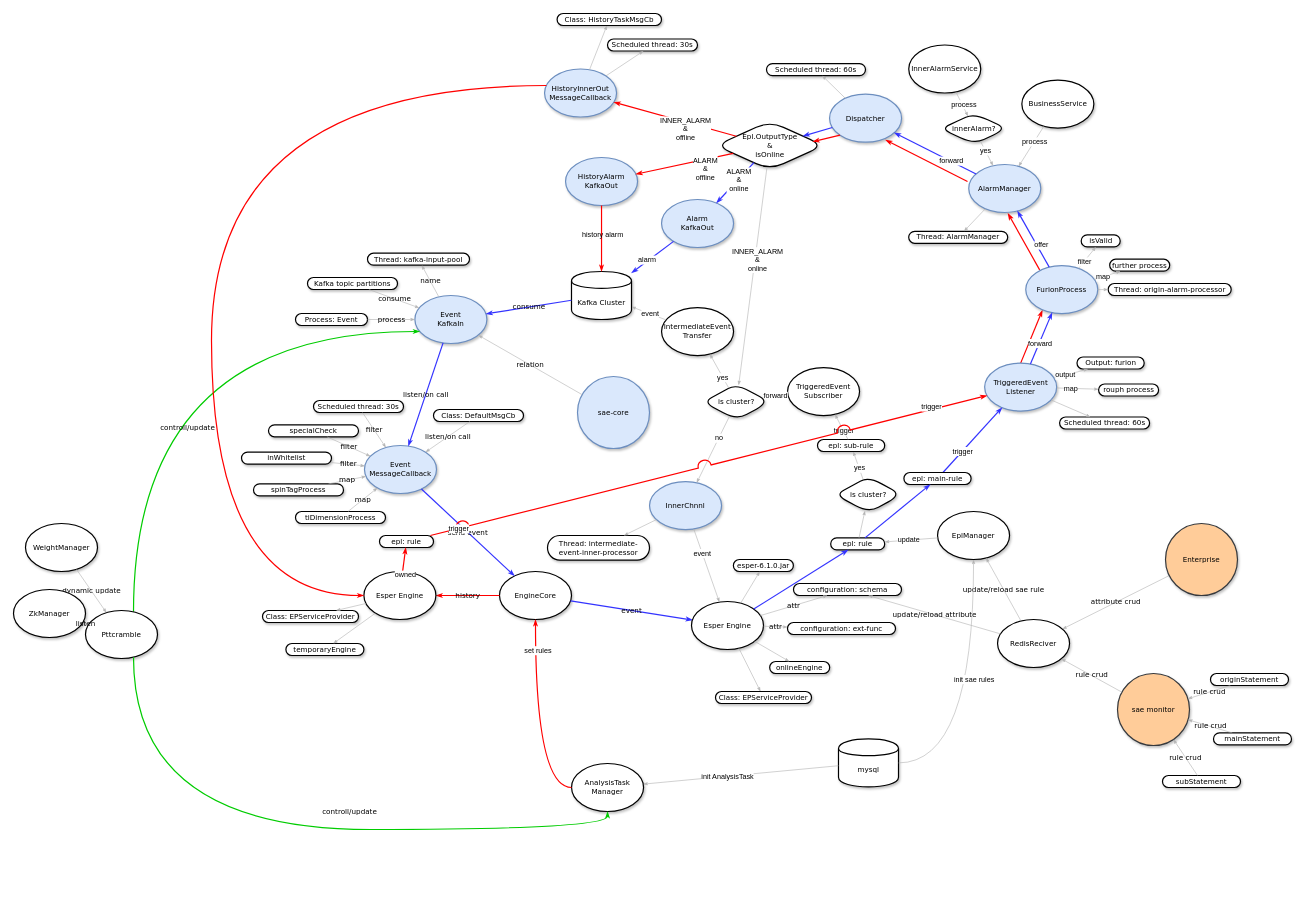
This is hansight-sae-core-concept.drawio from popvlovs/popvlovs-repository, a draw.io file, before an edit. Source tidied: cells renumbered, new cells numbered last; positions are measured from the earlier drawing's top-left corner, leaving out a move shared by most shapes. Both pictures are drawn from the tidied source at 60%, with x=0, y=0 at pixel (13, 13).
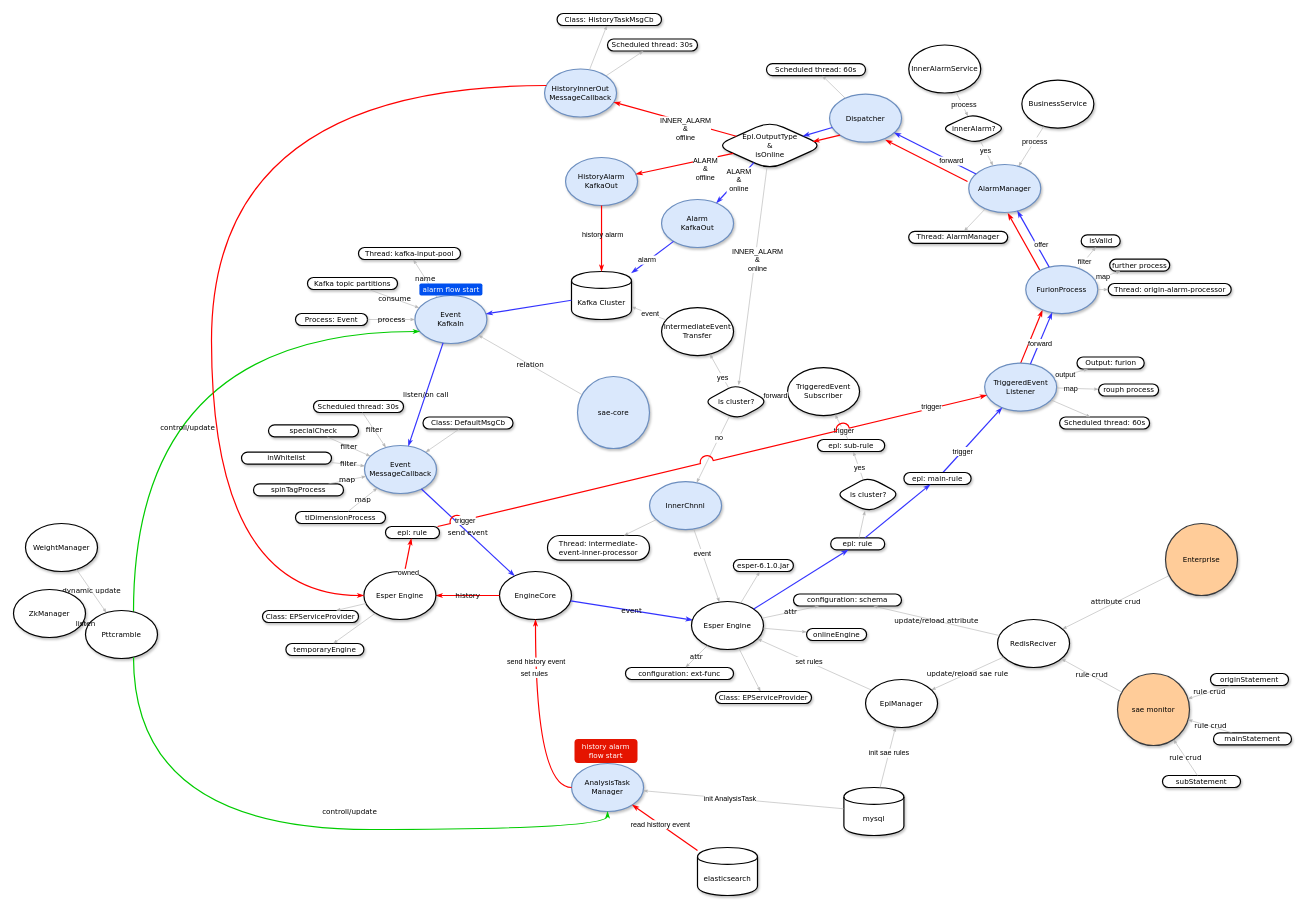
Above is the later version.

The change refers to these unchanged cells:
```xml
<mxCell id="3" value="Event&lt;br&gt;KafkaIn" style="ellipse;whiteSpace=wrap;html=1;rounded=1;shadow=1;comic=0;labelBackgroundColor=none;strokeColor=#6c8ebf;strokeWidth=2;fillColor=#dae8fc;fontFamily=Verdana;fontSize=12;align=center;" parent="1" vertex="1">
  <mxGeometry x="669" y="470" width="120" height="80" as="geometry" />
</mxCell>
<mxCell id="11" value="Event&lt;br&gt;MessageCallback" style="ellipse;whiteSpace=wrap;html=1;rounded=1;shadow=1;comic=0;labelBackgroundColor=none;strokeColor=#6c8ebf;strokeWidth=2;fillColor=#dae8fc;fontFamily=Verdana;fontSize=12;align=center;" parent="1" vertex="1">
  <mxGeometry x="585" y="720" width="120" height="80" as="geometry" />
</mxCell>
<mxCell id="15" value="Kafka Cluster" style="shape=cylinder;whiteSpace=wrap;html=1;boundedLbl=1;backgroundOutline=1;rounded=1;shadow=1;fontFamily=Verdana;strokeWidth=2;fillColor=#FFFFFF;labelBackgroundColor=none;" parent="1" vertex="1">
  <mxGeometry x="930" y="430" width="100" height="80" as="geometry" />
</mxCell>
<mxCell id="37" value="Esper Engine" style="ellipse;whiteSpace=wrap;html=1;rounded=1;shadow=1;comic=0;labelBackgroundColor=none;strokeColor=#000000;strokeWidth=2;fillColor=#FFFFFF;fontFamily=Verdana;fontSize=12;fontColor=#000000;align=center;" parent="1" vertex="1">
  <mxGeometry x="1130" y="980" width="120" height="80" as="geometry" />
</mxCell>
<mxCell id="55" value="&lt;span&gt;epl: rule&lt;/span&gt;" style="whiteSpace=wrap;html=1;rounded=1;shadow=1;comic=0;labelBackgroundColor=none;strokeColor=#000000;strokeWidth=2;fillColor=#FFFFFF;fontFamily=Verdana;fontSize=12;fontColor=#000000;align=center;arcSize=50;" parent="1" vertex="1">
  <mxGeometry x="1362" y="874" width="90" height="20" as="geometry" />
</mxCell>
<mxCell id="167" style="edgeStyle=orthogonalEdgeStyle;rounded=1;html=1;labelBackgroundColor=none;startArrow=none;startFill=0;startSize=5;endArrow=classicThin;endFill=1;endSize=5;jettySize=auto;strokeColor=#FF0000;strokeWidth=2;fontFamily=Verdana;fontSize=12;fontColor=#000000;jumpStyle=arc;jumpSize=20;curved=1;" parent="1" edge="1" source="19" target="25">
  <mxGeometry relative="1" as="geometry" />
</mxCell>
```

Diff of the diagram source:
```diff
@@
     <mxCell id="5" value="&lt;span&gt;Thread: kafka-input-pool&lt;/span&gt;" style="whiteSpace=wrap;html=1;rounded=1;shadow=1;comic=0;labelBackgroundColor=none;strokeColor=#000000;strokeWidth=2;fillColor=#FFFFFF;fontFamily=Verdana;fontSize=12;fontColor=#000000;align=center;arcSize=50;" parent="1" vertex="1">
-      <mxGeometry x="590" y="399.5" width="170" height="20" as="geometry" />
+      <mxGeometry x="575" y="390" width="170" height="20" as="geometry" />
     </mxCell>
@@
-    <mxCell id="19" value="AnalysisTask&lt;br&gt;Manager" style="ellipse;whiteSpace=wrap;html=1;rounded=1;shadow=1;comic=0;labelBackgroundColor=none;strokeColor=#000000;strokeWidth=2;fillColor=#FFFFFF;fontFamily=Verdana;fontSize=12;fontColor=#000000;align=center;" parent="1" vertex="1">
+    <mxCell id="19" value="AnalysisTask&lt;br&gt;Manager" style="ellipse;whiteSpace=wrap;html=1;rounded=1;shadow=1;comic=0;labelBackgroundColor=none;strokeColor=#6c8ebf;strokeWidth=2;fillColor=#dae8fc;fontFamily=Verdana;fontSize=12;align=center;" parent="1" vertex="1">
       <mxGeometry x="930.1" y="1250" width="120" height="80" as="geometry" />
     </mxCell>
-    <mxCell id="20" value="consume" style="edgeStyle=none;rounded=1;html=1;labelBackgroundColor=none;startArrow=none;startFill=0;startSize=5;endArrow=classicThin;endFill=1;endSize=5;jettySize=auto;strokeColor=#3333FF;strokeWidth=2;fontFamily=Verdana;fontSize=12;fontColor=#000000;" parent="1" edge="1" source="15" target="3">
+    <mxCell id="20" style="edgeStyle=none;rounded=1;html=1;labelBackgroundColor=none;startArrow=none;startFill=0;startSize=5;endArrow=classicThin;endFill=1;endSize=5;jettySize=auto;strokeColor=#3333FF;strokeWidth=2;fontFamily=Verdana;fontSize=12;fontColor=#000000;" parent="1" edge="1" source="15" target="3">
       <mxGeometry relative="1" as="geometry" />
     </mxCell>
@@
     <mxCell id="23" value="Class:&amp;nbsp;&lt;span&gt;DefaultMsgCb&lt;/span&gt;" style="whiteSpace=wrap;html=1;rounded=1;shadow=1;comic=0;labelBackgroundColor=none;strokeColor=#000000;strokeWidth=2;fillColor=#FFFFFF;fontFamily=Verdana;fontSize=12;fontColor=#000000;align=center;arcSize=50;" parent="1" vertex="1">
-      <mxGeometry x="700" y="660" width="150" height="20" as="geometry" />
+      <mxGeometry x="682.5" y="672.5" width="150" height="20" as="geometry" />
     </mxCell>
-    <mxCell id="24" value="listen/on call" style="edgeStyle=none;rounded=1;html=1;labelBackgroundColor=none;startArrow=none;startFill=0;startSize=5;endArrow=classicThin;endFill=1;endSize=5;jettySize=auto;strokeColor=#B3B3B3;strokeWidth=1;fontFamily=Verdana;fontSize=12;fontColor=#000000;" parent="1" edge="1" source="23" target="11">
+    <mxCell id="24" style="edgeStyle=none;rounded=1;html=1;labelBackgroundColor=none;startArrow=none;startFill=0;startSize=5;endArrow=classicThin;endFill=1;endSize=5;jettySize=auto;strokeColor=#B3B3B3;strokeWidth=1;fontFamily=Verdana;fontSize=12;fontColor=#000000;" parent="1" edge="1" source="23" target="11">
       <mxGeometry relative="1" as="geometry" />
     </mxCell>
@@
     <mxCell id="39" value="onlineEngine&lt;br&gt;" style="whiteSpace=wrap;html=1;rounded=1;shadow=1;comic=0;labelBackgroundColor=none;strokeColor=#000000;strokeWidth=2;fillColor=#FFFFFF;fontFamily=Verdana;fontSize=12;fontColor=#000000;align=center;arcSize=50;" parent="1" vertex="1">
-      <mxGeometry x="1260.3" y="1080" width="100" height="20" as="geometry" />
+      <mxGeometry x="1321.8" y="1025" width="100" height="20" as="geometry" />
     </mxCell>
@@
     <mxCell id="43" value="&lt;span&gt;configuration: ext-func&lt;/span&gt;" style="whiteSpace=wrap;html=1;rounded=1;shadow=1;comic=0;labelBackgroundColor=none;strokeColor=#000000;strokeWidth=2;fillColor=#FFFFFF;fontFamily=Verdana;fontSize=12;fontColor=#000000;align=center;arcSize=50;" parent="1" vertex="1">
-      <mxGeometry x="1290" y="1015" width="180" height="20" as="geometry" />
+      <mxGeometry x="1020" y="1090" width="180" height="20" as="geometry" />
     </mxCell>
@@
     <mxCell id="45" value="&lt;span&gt;configuration: schema&lt;/span&gt;" style="whiteSpace=wrap;html=1;rounded=1;shadow=1;comic=0;labelBackgroundColor=none;strokeColor=#000000;strokeWidth=2;fillColor=#FFFFFF;fontFamily=Verdana;fontSize=12;fontColor=#000000;align=center;arcSize=50;" parent="1" vertex="1">
-      <mxGeometry x="1300" y="950" width="180" height="20" as="geometry" />
+      <mxGeometry x="1300" y="967.5" width="180" height="20" as="geometry" />
     </mxCell>
@@
     <mxCell id="57" value="EplManager" style="ellipse;whiteSpace=wrap;html=1;rounded=1;shadow=1;comic=0;labelBackgroundColor=none;strokeColor=#000000;strokeWidth=2;fillColor=#FFFFFF;fontFamily=Verdana;fontSize=12;fontColor=#000000;align=center;" parent="1" vertex="1">
-      <mxGeometry x="1540.1" y="830" width="120" height="80" as="geometry" />
+      <mxGeometry x="1420.1" y="1110" width="120" height="80" as="geometry" />
     </mxCell>
@@
-    <mxCell id="59" style="edgeStyle=none;rounded=1;html=1;labelBackgroundColor=none;startArrow=none;startFill=0;startSize=5;endArrow=classicThin;endFill=1;endSize=5;jettySize=auto;strokeColor=#B3B3B3;strokeWidth=1;fontFamily=Verdana;fontSize=12;fontColor=#000000;" parent="1" edge="1" source="57" target="55">
+    <mxCell id="59" style="edgeStyle=none;rounded=1;html=1;labelBackgroundColor=none;startArrow=none;startFill=0;startSize=5;endArrow=classicThin;endFill=1;endSize=5;jettySize=auto;strokeColor=#B3B3B3;strokeWidth=1;fontFamily=Verdana;fontSize=12;fontColor=#000000;" parent="1" edge="1" source="57" target="37">
       <mxGeometry relative="1" as="geometry" />
     </mxCell>
-    <mxCell id="60" value="update" style="text;html=1;align=center;verticalAlign=middle;labelBackgroundColor=#ffffff;fontSize=12;" parent="59" vertex="1">
+    <mxCell id="60" value="set rules" style="text;html=1;align=center;verticalAlign=middle;labelBackgroundColor=#ffffff;fontSize=12;" parent="59" vertex="1">
       <mxGeometry x="0.1" y="-1" relative="1" as="geometry" />
     </mxCell>
     <mxCell id="61" value="mysql" style="shape=cylinder;whiteSpace=wrap;html=1;boundedLbl=1;backgroundOutline=1;rounded=1;shadow=1;fontFamily=Verdana;strokeWidth=2;fillColor=#FFFFFF;labelBackgroundColor=none;" parent="1" vertex="1">
-      <mxGeometry x="1375" y="1209" width="100" height="80" as="geometry" />
+      <mxGeometry x="1384" y="1290" width="100" height="80" as="geometry" />
     </mxCell>
-    <mxCell id="62" style="edgeStyle=orthogonalEdgeStyle;rounded=1;html=1;labelBackgroundColor=none;startArrow=none;startFill=0;startSize=5;endArrow=classicThin;endFill=1;endSize=5;jettySize=auto;strokeColor=#B3B3B3;strokeWidth=1;fontFamily=Verdana;fontSize=12;fontColor=#000000;jumpStyle=arc;jumpSize=20;curved=1;" parent="1" edge="1" source="61" target="57">
+    <mxCell id="62" style="rounded=1;html=1;labelBackgroundColor=none;startArrow=none;startFill=0;startSize=5;endArrow=classicThin;endFill=1;endSize=5;jettySize=auto;strokeColor=#B3B3B3;strokeWidth=1;fontFamily=Verdana;fontSize=12;fontColor=#000000;jumpStyle=arc;jumpSize=20;" parent="1" edge="1" source="61" target="57">
       <mxGeometry relative="1" as="geometry" />
     </mxCell>
@@
     <mxCell id="166" value="&lt;span&gt;epl: rule&lt;/span&gt;" style="whiteSpace=wrap;html=1;rounded=1;shadow=1;comic=0;labelBackgroundColor=none;strokeColor=#000000;strokeWidth=2;fillColor=#FFFFFF;fontFamily=Verdana;fontSize=12;fontColor=#000000;align=center;arcSize=50;" parent="1" vertex="1">
-      <mxGeometry x="610" y="870" width="90" height="20" as="geometry" />
+      <mxGeometry x="620" y="855" width="90" height="20" as="geometry" />
     </mxCell>
@@
-    <mxCell id="168" value="set rules" style="text;html=1;align=center;verticalAlign=middle;labelBackgroundColor=#ffffff;fontSize=12;" parent="167" vertex="1">
-      <mxGeometry x="0.7" y="-3" relative="1" as="geometry" />
+    <mxCell id="168" value="send history event" style="text;html=1;align=center;verticalAlign=middle;labelBackgroundColor=#ffffff;fontSize=12;" parent="167" vertex="1">
+      <mxGeometry x="0.7" y="-3" relative="1" as="geometry">
+        <mxPoint x="-3" y="19" as="offset" />
+      </mxGeometry>
     </mxCell>
@@
+    <mxCell id="178" value="elasticsearch" style="shape=cylinder;whiteSpace=wrap;html=1;boundedLbl=1;backgroundOutline=1;rounded=1;shadow=1;fontFamily=Verdana;strokeWidth=2;fillColor=#FFFFFF;labelBackgroundColor=none;" parent="1" vertex="1">
+      <mxGeometry x="1140" y="1390" width="100" height="80" as="geometry" />
+    </mxCell>
+    <mxCell id="179" style="rounded=1;html=1;labelBackgroundColor=none;startArrow=none;startFill=0;startSize=5;endArrow=classicThin;endFill=1;endSize=5;jettySize=auto;strokeColor=#FF0000;strokeWidth=2;fontFamily=Verdana;fontSize=12;fontColor=#000000;jumpStyle=arc;jumpSize=20;" parent="1" edge="1" source="178" target="19">
+      <mxGeometry relative="1" as="geometry" />
+    </mxCell>
+    <mxCell id="180" value="read histtory event" style="text;html=1;align=center;verticalAlign=middle;labelBackgroundColor=#ffffff;fontSize=12;" parent="179" vertex="1">
+      <mxGeometry x="0.14" relative="1" as="geometry" />
+    </mxCell>
+    <mxCell id="181" value="alarm flow start" style="whiteSpace=wrap;html=1;rounded=1;comic=0;labelBackgroundColor=none;strokeColor=none;strokeWidth=2;fontFamily=Verdana;fontSize=12;fontColor=#ffffff;align=center;endFill=1;endArrow=classicThin;endSize=5;startFill=0;startArrow=none;startSize=5;fillColor=#0050ef;" parent="1" vertex="1">
+      <mxGeometry x="676.5" y="450" width="105" height="20" as="geometry" />
+    </mxCell>
+    <mxCell id="182" value="history alarm flow start" style="whiteSpace=wrap;html=1;rounded=1;comic=0;labelBackgroundColor=none;strokeColor=none;strokeWidth=2;fontFamily=Verdana;fontSize=12;fontColor=#ffffff;align=center;endFill=1;endArrow=classicThin;endSize=5;startFill=0;startArrow=none;startSize=5;fillColor=#e51400;" parent="1" vertex="1">
+      <mxGeometry x="935" y="1209" width="105" height="40" as="geometry" />
+    </mxCell>
+    <mxCell id="183" value="set rules" style="text;html=1;align=center;verticalAlign=middle;labelBackgroundColor=#ffffff;fontSize=12;" parent="1" vertex="1">
+      <mxGeometry x="870" y="1080.1" as="geometry">
+        <mxPoint x="-3" y="19" as="offset" />
+      </mxGeometry>
+    </mxCell>
```
